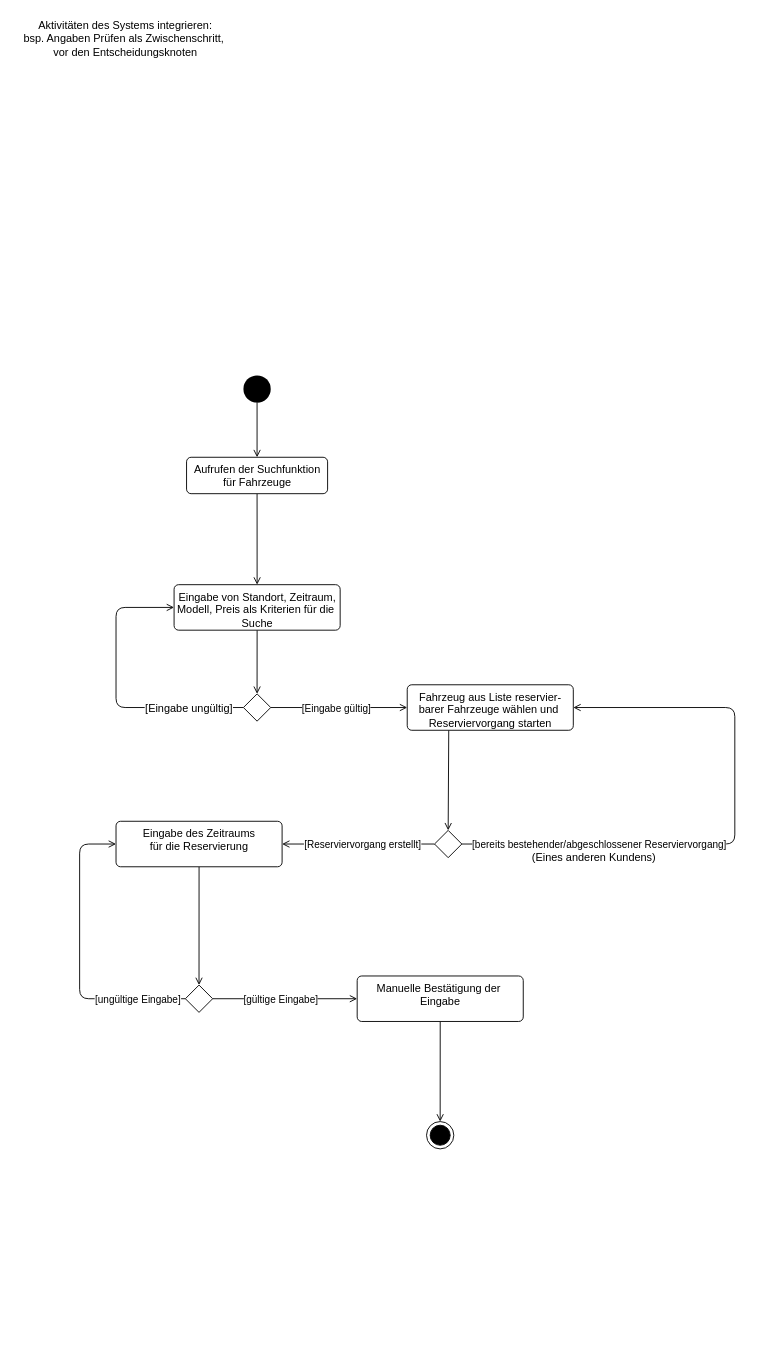
Earlier version of the draw.io diagram Mini-Praktikum/c-Aktivitätsdiagramm.drawio (TheBlackDragon4/SWE-HS-Co-Se5). Source tidied: cells renumbered, new cells numbered last; positions are measured from the earlier drawing's top-left corner, leaving out a move shared by most shapes. Both pictures are drawn from the tidied source at 91%, with x=0, y=0 at pixel (15, 15).
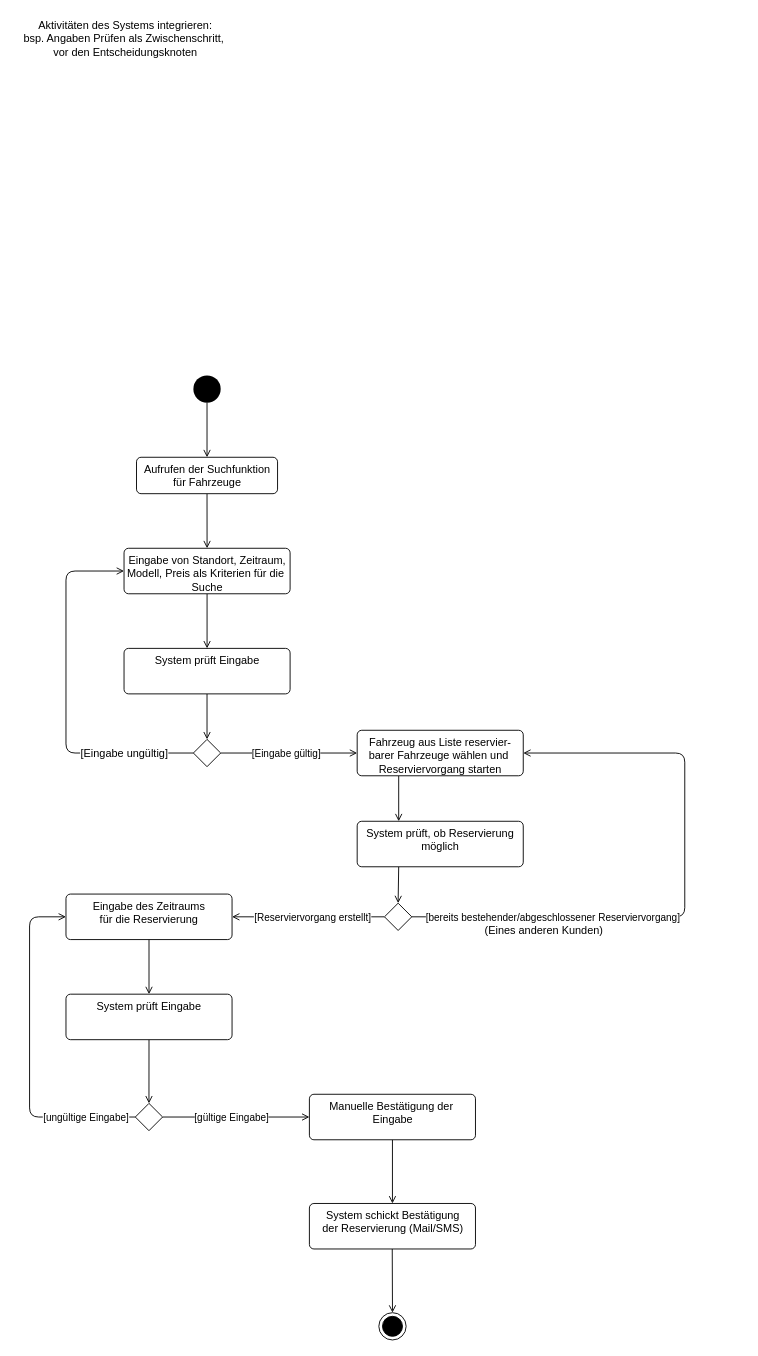
The same page after the edit.

The edit, as a diff of the source:
```diff
@@
     <mxCell id="2" style="ellipse;html=1;shape=endState;fillColor=#000000;strokeColor=#000000;" parent="1" vertex="1">
-      <mxGeometry x="451.2" y="1215" width="30" height="30" as="geometry" />
+      <mxGeometry x="398.8" y="1425" width="30" height="30" as="geometry" />
     </mxCell>
@@
     <mxCell id="4" style="ellipse;fillColor=#000000;strokeColor=none;" parent="1" vertex="1">
-      <mxGeometry x="250" y="395" width="30" height="30" as="geometry" />
+      <mxGeometry x="195" y="395" width="30" height="30" as="geometry" />
     </mxCell>
@@
     <mxCell id="6" value="Aufrufen der Suchfunktion&lt;br&gt;für Fahrzeuge" style="html=1;align=center;verticalAlign=top;rounded=1;absoluteArcSize=1;arcSize=10;dashed=0;gradientColor=none;shadow=0;glass=0;sketch=0;labelBackgroundColor=none;perimeterSpacing=0;" parent="1" vertex="1">
-      <mxGeometry x="187.5" y="485" width="155" height="40" as="geometry" />
+      <mxGeometry x="132.5" y="485" width="155" height="40" as="geometry" />
     </mxCell>
-    <mxCell id="7" style="edgeStyle=none;html=1;exitX=0.5;exitY=1;exitDx=0;exitDy=0;entryX=0.5;entryY=0;entryDx=0;entryDy=0;endArrow=open;endFill=0;" parent="1" edge="1" source="8" target="13">
-      <mxGeometry relative="1" as="geometry" />
+    <mxCell id="7" style="edgeStyle=none;html=1;entryX=0.5;entryY=0;entryDx=0;entryDy=0;endArrow=open;endFill=0;" parent="1" edge="1" target="13">
+      <mxGeometry relative="1" as="geometry">
+        <mxPoint x="210" y="695" as="sourcePoint" />
+      </mxGeometry>
     </mxCell>
+    <mxCell id="32" style="edgeStyle=none;html=1;exitX=0.5;exitY=1;exitDx=0;exitDy=0;entryX=0.5;entryY=0;entryDx=0;entryDy=0;endArrow=open;endFill=0;" parent="1" edge="1" source="8" target="36">
+      <mxGeometry relative="1" as="geometry" />
+    </mxCell>
     <mxCell id="8" value="Eingabe von Standort, Zeitraum,&lt;br&gt;Modell, Preis als Kriterien für die&amp;nbsp;&lt;br&gt;Suche" style="html=1;align=center;verticalAlign=top;rounded=1;absoluteArcSize=1;arcSize=10;dashed=0;gradientColor=none;shadow=0;glass=0;sketch=0;labelBackgroundColor=none;perimeterSpacing=0;" parent="1" vertex="1">
-      <mxGeometry x="173.8" y="625" width="182.5" height="50" as="geometry" />
+      <mxGeometry x="118.8" y="585" width="182.5" height="50" as="geometry" />
     </mxCell>
     <mxCell id="9" style="edgeStyle=none;html=1;exitX=0;exitY=0.5;exitDx=0;exitDy=0;endArrow=open;endFill=0;entryX=0;entryY=0.5;entryDx=0;entryDy=0;" parent="1" edge="1" source="13" target="8">
       <mxGeometry relative="1" as="geometry">
         <Array as="points">
-          <mxPoint x="110" y="760" />
-          <mxPoint x="110" y="650" />
+          <mxPoint x="55" y="810" />
+          <mxPoint x="55" y="610" />
         </Array>
       </mxGeometry>
     </mxCell>
@@
     <mxCell id="13" style="rhombus;" parent="1" vertex="1">
-      <mxGeometry x="250" y="745" width="30" height="30" as="geometry" />
+      <mxGeometry x="195" y="795" width="30" height="30" as="geometry" />
     </mxCell>
-    <mxCell id="14" style="edgeStyle=none;html=1;exitX=0.25;exitY=1;exitDx=0;exitDy=0;entryX=0.5;entryY=0;entryDx=0;entryDy=0;endArrow=open;endFill=0;" parent="1" edge="1" source="15" target="20">
+    <mxCell id="14" style="edgeStyle=none;html=1;entryX=0.5;entryY=0;entryDx=0;entryDy=0;endArrow=open;endFill=0;exitX=0.25;exitY=1;exitDx=0;exitDy=0;" parent="1" edge="1" source="37" target="20">
       <mxGeometry relative="1" as="geometry" />
     </mxCell>
+    <mxCell id="33" style="edgeStyle=none;html=1;exitX=0.25;exitY=1;exitDx=0;exitDy=0;entryX=0.25;entryY=0;entryDx=0;entryDy=0;endArrow=open;endFill=0;" parent="1" edge="1" source="15" target="37">
+      <mxGeometry relative="1" as="geometry" />
+    </mxCell>
     <mxCell id="15" value="Fahrzeug aus Liste reservier-&lt;br&gt;barer Fahrzeuge wählen und&amp;nbsp;&lt;br&gt;Reserviervorgang starten" style="html=1;align=center;verticalAlign=top;rounded=1;absoluteArcSize=1;arcSize=10;dashed=0;gradientColor=none;shadow=0;glass=0;sketch=0;labelBackgroundColor=none;perimeterSpacing=0;" parent="1" vertex="1">
-      <mxGeometry x="430" y="735" width="182.5" height="50" as="geometry" />
+      <mxGeometry x="375" y="785" width="182.5" height="50" as="geometry" />
     </mxCell>
     <mxCell id="16" style="edgeStyle=none;html=1;exitX=1;exitY=0.5;exitDx=0;exitDy=0;endArrow=open;endFill=0;entryX=1;entryY=0.5;entryDx=0;entryDy=0;" parent="1" edge="1" source="20" target="15">
       <mxGeometry relative="1" as="geometry">
         <Array as="points">
-          <mxPoint x="790" y="910" />
-          <mxPoint x="790" y="760" />
+          <mxPoint x="735" y="990" />
+          <mxPoint x="735" y="810" />
         </Array>
       </mxGeometry>
     </mxCell>
@@
     <mxCell id="20" style="rhombus;" parent="1" vertex="1">
-      <mxGeometry x="460" y="895" width="30" height="30" as="geometry" />
+      <mxGeometry x="405" y="975" width="30" height="30" as="geometry" />
     </mxCell>
-    <mxCell id="21" value="(Eines anderen Kundens)" style="text;html=1;align=center;verticalAlign=middle;strokeColor=none;fillColor=none;" parent="1" vertex="1">
-      <mxGeometry x="560" y="915" width="150" height="20" as="geometry" />
+    <mxCell id="21" value="(Eines anderen Kunden)" style="text;html=1;align=center;verticalAlign=middle;strokeColor=none;fillColor=none;" parent="1" vertex="1">
+      <mxGeometry x="505" y="995" width="150" height="20" as="geometry" />
     </mxCell>
-    <mxCell id="22" style="edgeStyle=none;html=1;exitX=0.5;exitY=1;exitDx=0;exitDy=0;entryX=0.5;entryY=0;entryDx=0;entryDy=0;endArrow=open;endFill=0;" parent="1" edge="1" source="23" target="28">
+    <mxCell id="22" style="edgeStyle=none;html=1;entryX=0.5;entryY=0;entryDx=0;entryDy=0;endArrow=open;endFill=0;exitX=0.5;exitY=1;exitDx=0;exitDy=0;" parent="1" edge="1" source="39" target="28">
       <mxGeometry relative="1" as="geometry" />
     </mxCell>
+    <mxCell id="34" style="edgeStyle=none;html=1;exitX=0.5;exitY=1;exitDx=0;exitDy=0;entryX=0.5;entryY=0;entryDx=0;entryDy=0;endArrow=open;endFill=0;" parent="1" edge="1" source="23" target="39">
+      <mxGeometry relative="1" as="geometry" />
+    </mxCell>
     <mxCell id="23" value="Eingabe des Zeitraums&lt;br&gt;für die Reservierung" style="html=1;align=center;verticalAlign=top;rounded=1;absoluteArcSize=1;arcSize=10;dashed=0;gradientColor=none;shadow=0;glass=0;sketch=0;labelBackgroundColor=none;perimeterSpacing=0;" parent="1" vertex="1">
-      <mxGeometry x="110" y="885" width="182.5" height="50" as="geometry" />
+      <mxGeometry x="55" y="965" width="182.5" height="50" as="geometry" />
     </mxCell>
     <mxCell id="24" style="edgeStyle=none;html=1;exitX=0;exitY=0.5;exitDx=0;exitDy=0;endArrow=open;endFill=0;entryX=0;entryY=0.5;entryDx=0;entryDy=0;" parent="1" edge="1" source="28" target="23">
       <mxGeometry relative="1" as="geometry">
         <Array as="points">
-          <mxPoint x="70" y="1080" />
-          <mxPoint x="70" y="910" />
+          <mxPoint x="15" y="1210" />
+          <mxPoint x="15" y="990" />
         </Array>
       </mxGeometry>
     </mxCell>
     <mxCell id="25" value="[ungültige Eingabe]" style="edgeLabel;html=1;align=center;verticalAlign=middle;" parent="24" vertex="1">
       <mxGeometry x="-0.44" y="1" relative="1" as="geometry">
-        <mxPoint x="38" y="-1" as="offset" />
+        <mxPoint x="50" y="-1" as="offset" />
       </mxGeometry>
     </mxCell>
@@
     <mxCell id="28" style="rhombus;" parent="1" vertex="1">
-      <mxGeometry x="186.2" y="1065" width="30" height="30" as="geometry" />
+      <mxGeometry x="131.2" y="1195" width="30" height="30" as="geometry" />
     </mxCell>
-    <mxCell id="29" style="edgeStyle=none;html=1;exitX=0.5;exitY=1;exitDx=0;exitDy=0;entryX=0.5;entryY=0;entryDx=0;entryDy=0;endArrow=open;endFill=0;" parent="1" edge="1" source="30" target="2">
-      <mxGeometry relative="1" as="geometry" />
+    <mxCell id="29" style="edgeStyle=none;html=1;entryX=0.5;entryY=0;entryDx=0;entryDy=0;endArrow=open;endFill=0;" parent="1" edge="1" target="2">
+      <mxGeometry relative="1" as="geometry">
+        <mxPoint x="413.5" y="1345" as="sourcePoint" />
+      </mxGeometry>
     </mxCell>
+    <mxCell id="35" style="edgeStyle=none;html=1;exitX=0.5;exitY=1;exitDx=0;exitDy=0;entryX=0.5;entryY=0;entryDx=0;entryDy=0;endArrow=open;endFill=0;" parent="1" edge="1" source="30" target="38">
+      <mxGeometry relative="1" as="geometry" />
+    </mxCell>
     <mxCell id="30" value="Manuelle Bestätigung der&amp;nbsp;&lt;br&gt;Eingabe" style="html=1;align=center;verticalAlign=top;rounded=1;absoluteArcSize=1;arcSize=10;dashed=0;gradientColor=none;shadow=0;glass=0;sketch=0;labelBackgroundColor=none;perimeterSpacing=0;" parent="1" vertex="1">
-      <mxGeometry x="375" y="1055" width="182.5" height="50" as="geometry" />
+      <mxGeometry x="322.5" y="1185" width="182.5" height="50" as="geometry" />
     </mxCell>
@@
+    <mxCell id="36" value="System prüft Eingabe" style="html=1;align=center;verticalAlign=top;rounded=1;absoluteArcSize=1;arcSize=10;dashed=0;gradientColor=none;shadow=0;glass=0;sketch=0;labelBackgroundColor=none;perimeterSpacing=0;" parent="1" vertex="1">
+      <mxGeometry x="118.8" y="695" width="182.5" height="50" as="geometry" />
+    </mxCell>
+    <mxCell id="37" value="System prüft, ob Reservierung&lt;br&gt;möglich" style="html=1;align=center;verticalAlign=top;rounded=1;absoluteArcSize=1;arcSize=10;dashed=0;gradientColor=none;shadow=0;glass=0;sketch=0;labelBackgroundColor=none;perimeterSpacing=0;" parent="1" vertex="1">
+      <mxGeometry x="375" y="885" width="182.5" height="50" as="geometry" />
+    </mxCell>
+    <mxCell id="38" value="System schickt Bestätigung&lt;br&gt;der Reservierung (Mail/SMS)" style="html=1;align=center;verticalAlign=top;rounded=1;absoluteArcSize=1;arcSize=10;dashed=0;gradientColor=none;shadow=0;glass=0;sketch=0;labelBackgroundColor=none;perimeterSpacing=0;" parent="1" vertex="1">
+      <mxGeometry x="322.5" y="1305" width="182.5" height="50" as="geometry" />
+    </mxCell>
+    <mxCell id="39" value="System prüft Eingabe" style="html=1;align=center;verticalAlign=top;rounded=1;absoluteArcSize=1;arcSize=10;dashed=0;gradientColor=none;shadow=0;glass=0;sketch=0;labelBackgroundColor=none;perimeterSpacing=0;" parent="1" vertex="1">
+      <mxGeometry x="55" y="1075" width="182.5" height="50" as="geometry" />
+    </mxCell>
```
